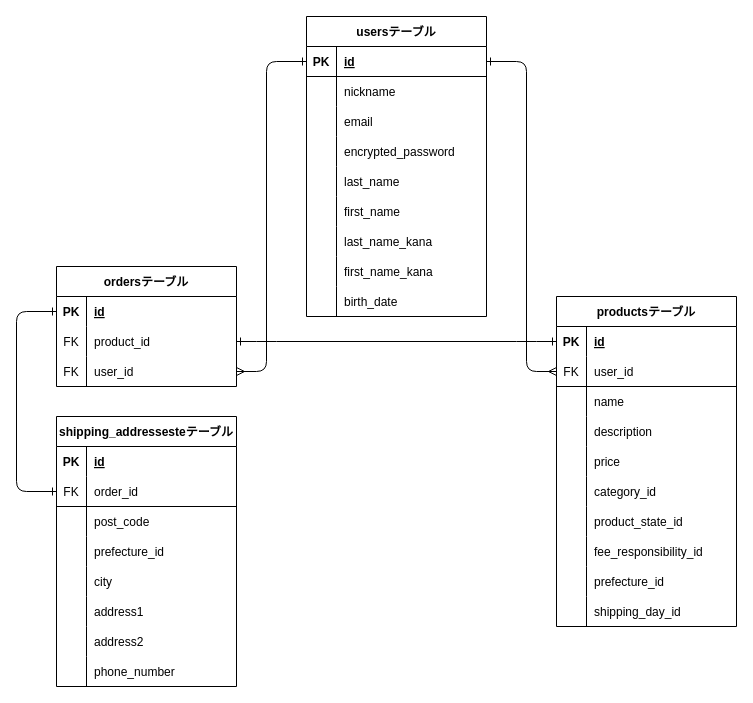
Above: databese.dio in packerman1212/furima-40759 (draw.io), before the change. Source tidied: cells renumbered, new cells numbered last; positions are measured from the earlier drawing's top-left corner, leaving out a move shared by most shapes. Both pictures are drawn from the tidied source at 100%, with x=0, y=0 at pixel (16, 16).
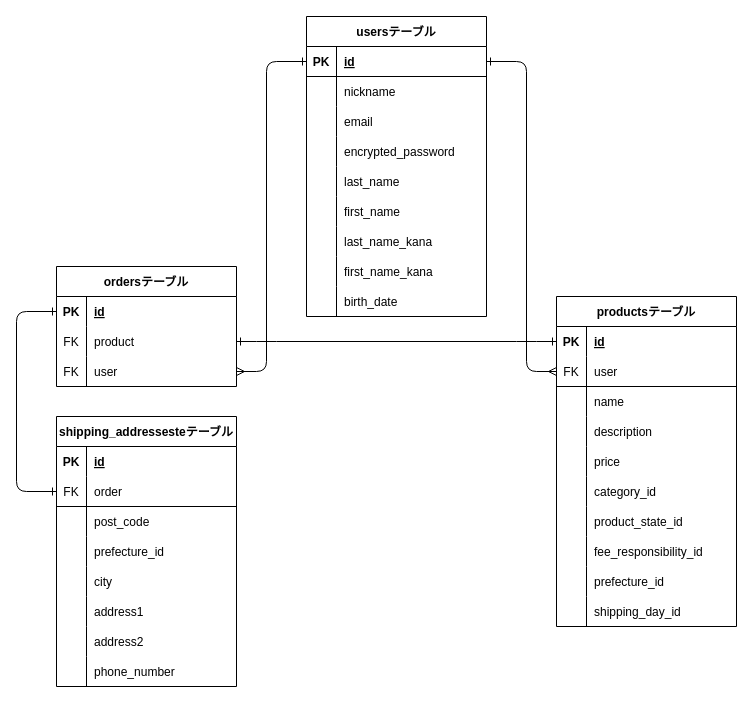
The same diagram, later.

Commit message (it also covers changes not shown here):
外部キーのid削除・has_oneを単数形に修正

The change refers to these unchanged cells:
```xml
<mxCell id="34" style="shape=tableRow;horizontal=0;startSize=0;swimlaneHead=0;swimlaneBody=0;fillColor=none;points=[[0,0.5],[1,0.5]];portConstraint=eastwest;top=0;left=0;right=0;bottom=1;strokeColor=default;" parent="30" vertex="1">
  <mxGeometry y="60" width="180" height="30" as="geometry" />
</mxCell>
<mxCell id="66" style="shape=tableRow;horizontal=0;startSize=0;swimlaneHead=0;swimlaneBody=0;fillColor=none;points=[[0,0.5],[1,0.5]];portConstraint=eastwest;top=0;left=0;right=0;bottom=0;" parent="62" vertex="1">
  <mxGeometry y="60" width="180" height="30" as="geometry" />
</mxCell>
<mxCell id="69" style="shape=tableRow;horizontal=0;startSize=0;swimlaneHead=0;swimlaneBody=0;fillColor=none;points=[[0,0.5],[1,0.5]];portConstraint=eastwest;top=0;left=0;right=0;bottom=0;" parent="62" vertex="1">
  <mxGeometry y="90" width="180" height="30" as="geometry" />
</mxCell>
<mxCell id="77" style="shape=tableRow;horizontal=0;startSize=0;swimlaneHead=0;swimlaneBody=0;fillColor=none;points=[[0,0.5],[1,0.5]];portConstraint=eastwest;top=0;left=0;right=0;bottom=1;" parent="73" vertex="1">
  <mxGeometry y="60" width="180" height="30" as="geometry" />
</mxCell>
```

The edit, as a diff of the source:
```diff
@@
-    <mxCell id="36" value="user_id" style="shape=partialRectangle;fillColor=none;top=0;left=0;bottom=0;right=0;align=left;spacingLeft=6;fontStyle=0;overflow=hidden;" parent="34" vertex="1">
+    <mxCell id="36" value="user" style="shape=partialRectangle;fillColor=none;top=0;left=0;bottom=0;right=0;align=left;spacingLeft=6;fontStyle=0;overflow=hidden;" parent="34" vertex="1">
       <mxGeometry x="30" width="150" height="30" as="geometry" />
     </mxCell>
@@
-    <mxCell id="68" value="product_id" style="shape=partialRectangle;fillColor=none;top=0;left=0;bottom=0;right=0;align=left;spacingLeft=6;fontStyle=0;overflow=hidden;" parent="66" vertex="1">
+    <mxCell id="68" value="product" style="shape=partialRectangle;fillColor=none;top=0;left=0;bottom=0;right=0;align=left;spacingLeft=6;fontStyle=0;overflow=hidden;" parent="66" vertex="1">
       <mxGeometry x="30" width="150" height="30" as="geometry" />
     </mxCell>
@@
-    <mxCell id="71" value="user_id" style="shape=partialRectangle;fillColor=none;top=0;left=0;bottom=0;right=0;align=left;spacingLeft=6;fontStyle=0;overflow=hidden;" parent="69" vertex="1">
+    <mxCell id="71" value="user" style="shape=partialRectangle;fillColor=none;top=0;left=0;bottom=0;right=0;align=left;spacingLeft=6;fontStyle=0;overflow=hidden;" parent="69" vertex="1">
       <mxGeometry x="30" width="150" height="30" as="geometry" />
     </mxCell>
@@
-    <mxCell id="79" value="order_id" style="shape=partialRectangle;fillColor=none;top=0;left=0;bottom=0;right=0;align=left;spacingLeft=6;fontStyle=0;overflow=hidden;" parent="77" vertex="1">
+    <mxCell id="79" value="order" style="shape=partialRectangle;fillColor=none;top=0;left=0;bottom=0;right=0;align=left;spacingLeft=6;fontStyle=0;overflow=hidden;" parent="77" vertex="1">
       <mxGeometry x="30" width="150" height="30" as="geometry" />
     </mxCell>
```
